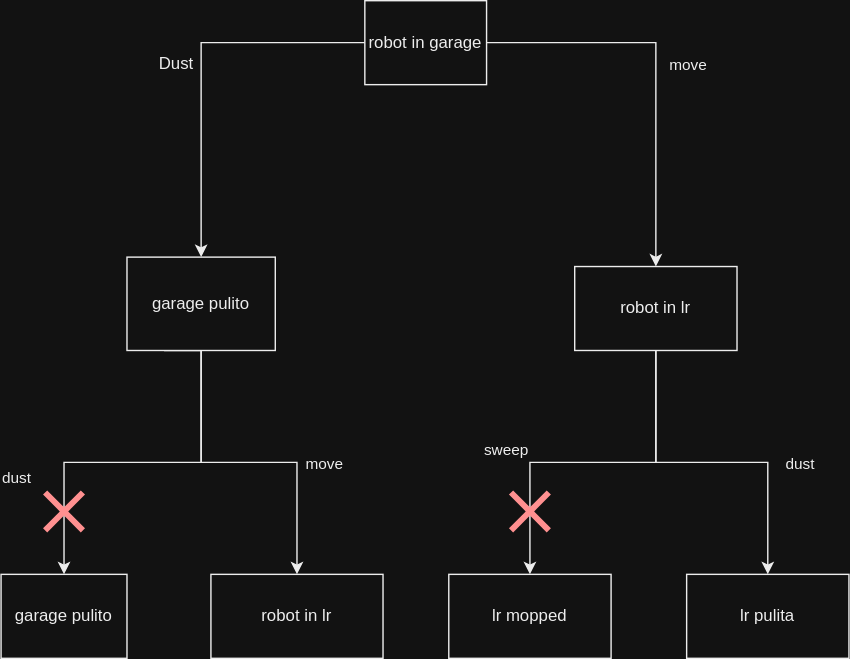
Before: Quinta Consegna/img/AI.svg, a diagram exported from draw.io (Giacomix02/AIAssignments). Source tidied: cells renumbered, new cells last; positions are measured from the earlier drawing's top-left corner, leaving out a move shared by most shapes.
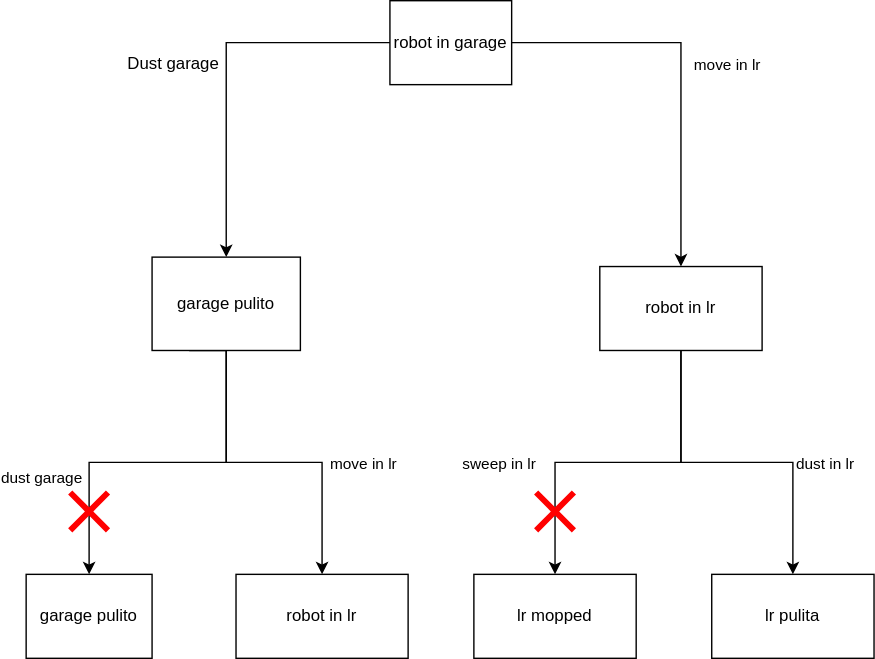
Later version of the same file.

Diff of the diagram source:
```diff
@@ -8,11 +8,11 @@
     <mxCell id="3" style="edgeStyle=orthogonalEdgeStyle;rounded=0;jettySize=auto;html=1;" parent="1" edge="1" source="5" target="15">
       <mxGeometry relative="1" as="geometry" />
     </mxCell>
-    <mxCell id="4" value="move" style="edgeLabel;html=1;align=center;verticalAlign=middle;" parent="3" vertex="1">
-      <mxGeometry x="0.06" relative="1" as="geometry">
-        <mxPoint x="22" y="-12" as="offset" />
-      </mxGeometry>
-    </mxCell>
+    <mxCell id="23" value="move in lr" style="edgeLabel;html=1;align=center;verticalAlign=middle;" parent="3" vertex="1">
+      <mxGeometry x="0.06" relative="1" as="geometry">
+        <mxPoint x="32" y="-12" as="offset" />
+      </mxGeometry>
+    </mxCell>
     <mxCell id="5" value="robot in garage" style="rounded=0;whiteSpace=wrap;html=1;" parent="1" vertex="1">
       <mxGeometry x="260" width="87" height="60" as="geometry" />
     </mxCell>
@@ -25,38 +25,38 @@
         </Array>
       </mxGeometry>
     </mxCell>
-    <mxCell id="7" value="dust" style="edgeLabel;html=1;align=center;verticalAlign=middle;" parent="6" vertex="1">
-      <mxGeometry x="0.52" y="3" relative="1" as="geometry">
-        <mxPoint x="-38" y="-2" as="offset" />
-      </mxGeometry>
-    </mxCell>
+    <mxCell id="24" value="dust garage" style="edgeLabel;html=1;align=center;verticalAlign=middle;" parent="6" vertex="1">
+      <mxGeometry x="0.52" y="3" relative="1" as="geometry">
+        <mxPoint x="-38" y="-2" as="offset" />
+      </mxGeometry>
+    </mxCell>
     <mxCell id="8" style="edgeStyle=orthogonalEdgeStyle;rounded=0;jettySize=auto;html=1;" parent="1" edge="1" source="10" target="17">
       <mxGeometry relative="1" as="geometry" />
     </mxCell>
-    <mxCell id="9" value="move" style="edgeLabel;html=1;align=center;verticalAlign=middle;" parent="8" vertex="1">
-      <mxGeometry x="0.41" y="2" relative="1" as="geometry">
-        <mxPoint x="17" y="-13" as="offset" />
-      </mxGeometry>
-    </mxCell>
+    <mxCell id="25" value="move in lr" style="edgeLabel;html=1;align=center;verticalAlign=middle;" parent="8" vertex="1">
+      <mxGeometry x="0.41" y="2" relative="1" as="geometry">
+        <mxPoint x="27" y="-13" as="offset" />
+      </mxGeometry>
+    </mxCell>
     <mxCell id="10" value="garage pulito" style="rounded=0;whiteSpace=wrap;html=1;" parent="1" vertex="1">
       <mxGeometry x="90" y="183.3" width="106" height="66.7" as="geometry" />
     </mxCell>
     <mxCell id="11" style="edgeStyle=orthogonalEdgeStyle;rounded=0;jettySize=auto;html=1;" parent="1" edge="1" source="15" target="18">
       <mxGeometry relative="1" as="geometry" />
     </mxCell>
-    <mxCell id="12" value="dust" style="edgeLabel;html=1;align=center;verticalAlign=middle;" parent="11" vertex="1">
-      <mxGeometry x="0.48" y="-3" relative="1" as="geometry">
-        <mxPoint x="25" y="-17" as="offset" />
-      </mxGeometry>
-    </mxCell>
+    <mxCell id="26" value="dust in lr" style="edgeLabel;html=1;align=center;verticalAlign=middle;" parent="11" vertex="1">
+      <mxGeometry x="0.48" y="-3" relative="1" as="geometry">
+        <mxPoint x="25" y="-17" as="offset" />
+      </mxGeometry>
+    </mxCell>
     <mxCell id="13" style="edgeStyle=orthogonalEdgeStyle;rounded=0;jettySize=auto;html=1;" parent="1" edge="1" source="15" target="19">
       <mxGeometry relative="1" as="geometry" />
     </mxCell>
-    <mxCell id="14" value="sweep" style="edgeLabel;html=1;align=center;verticalAlign=middle;" parent="13" vertex="1">
-      <mxGeometry x="0.43" y="3" relative="1" as="geometry">
-        <mxPoint x="-21" y="-19" as="offset" />
-      </mxGeometry>
-    </mxCell>
+    <mxCell id="27" value="sweep in lr" style="edgeLabel;html=1;align=center;verticalAlign=middle;" parent="13" vertex="1">
+      <mxGeometry x="0.43" y="3" relative="1" as="geometry">
+        <mxPoint x="-44" y="-9" as="offset" />
+      </mxGeometry>
+    </mxCell>
     <mxCell id="15" value="robot in lr" style="rounded=0;whiteSpace=wrap;html=1;" parent="1" vertex="1">
       <mxGeometry x="410" y="190" width="116" height="60" as="geometry" />
     </mxCell>
@@ -72,9 +72,9 @@
     <mxCell id="19" value="lr mopped" style="rounded=0;whiteSpace=wrap;html=1;" parent="1" vertex="1">
       <mxGeometry x="320" y="410" width="116" height="60" as="geometry" />
     </mxCell>
-    <mxCell id="20" value="Dust" style="text;html=1;align=center;verticalAlign=middle;strokeColor=none;fillColor=none;" parent="1" vertex="1">
-      <mxGeometry x="100" y="30" width="50" height="30" as="geometry" />
-    </mxCell>
+    <mxCell id="28" value="Dust garage" style="text;html=1;align=center;verticalAlign=middle;strokeColor=none;fillColor=none;" parent="1" vertex="1">
+      <mxGeometry x="60" y="30" width="90" height="30" as="geometry" />
+    </mxCell>
     <mxCell id="21" style="shape=mxgraph.mockup.markup.redX;fillColor=#ff0000;html=1;shadow=0;whiteSpace=wrap;strokeColor=none;" parent="1" vertex="1">
       <mxGeometry x="30" y="350" width="30" height="30" as="geometry" />
     </mxCell>
```
